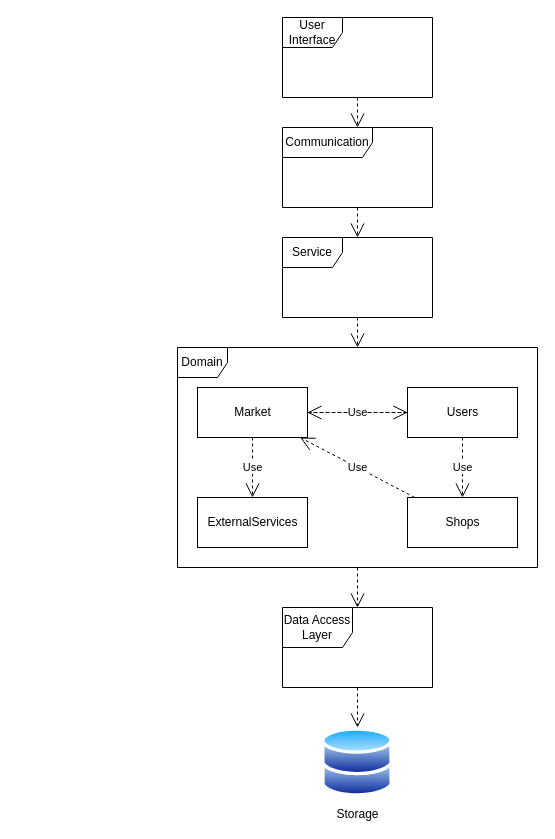
Before: page "architectureModel" (2 of 3) of docs/workshop.drawio in ShayHav/Workshop, a draw.io diagram. Source tidied: cells renumbered, new cells numbered last; positions are measured from the earlier drawing's top-left corner, leaving out a move shared by most shapes. Both pictures are drawn from the tidied source at 100%, with x=0, y=0 at pixel (177, 17).
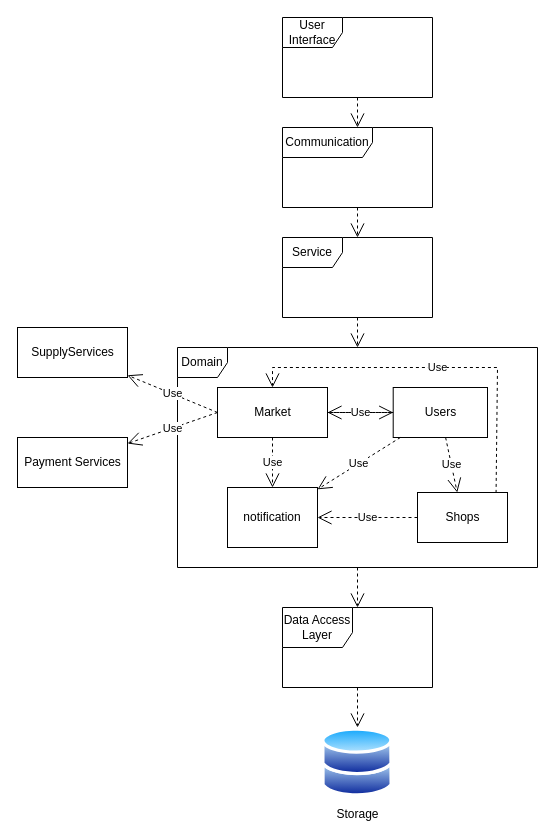
The same diagram, later.

Diff of the diagram source:
```diff
@@
     <mxCell id="3" value="Market" style="html=1;" parent="1" vertex="1">
-      <mxGeometry x="20" y="370" width="110" height="50" as="geometry" />
+      <mxGeometry x="40" y="370" width="110" height="50" as="geometry" />
     </mxCell>
-    <mxCell id="4" value="ExternalServices" style="html=1;" parent="1" vertex="1">
-      <mxGeometry x="20" y="480" width="110" height="50" as="geometry" />
+    <mxCell id="4" value="&lt;span&gt;Supply&lt;/span&gt;Services" style="html=1;" parent="1" vertex="1">
+      <mxGeometry x="-160" y="310" width="110" height="50" as="geometry" />
     </mxCell>
     <mxCell id="5" value="Users" style="html=1;" parent="1" vertex="1">
-      <mxGeometry x="230" y="370" width="110" height="50" as="geometry" />
+      <mxGeometry x="215.7" y="370" width="94.3" height="50" as="geometry" />
     </mxCell>
     <mxCell id="6" value="Shops" style="html=1;" parent="1" vertex="1">
-      <mxGeometry x="230" y="480" width="110" height="50" as="geometry" />
+      <mxGeometry x="240" y="475" width="90" height="50" as="geometry" />
     </mxCell>
-    <mxCell id="7" value="Use" style="endArrow=open;endSize=12;dashed=1;html=1;rounded=0;" parent="1" edge="1" source="3" target="4">
+    <mxCell id="7" value="Use" style="endArrow=open;endSize=12;dashed=1;html=1;rounded=0;exitX=0;exitY=0.5;exitDx=0;exitDy=0;" parent="1" edge="1" source="3" target="4">
       <mxGeometry relative="1" as="geometry" />
     </mxCell>
@@
-    <mxCell id="10" value="Use" style="endArrow=open;endSize=12;dashed=1;html=1;rounded=0;startArrow=none;startFill=0;" parent="1" edge="1" source="6" target="3">
-      <mxGeometry relative="1" as="geometry" />
+    <mxCell id="10" value="Use" style="endArrow=open;endSize=12;dashed=1;html=1;rounded=0;startArrow=none;startFill=0;exitX=0.873;exitY=0.008;exitDx=0;exitDy=0;exitPerimeter=0;entryX=0.5;entryY=0;entryDx=0;entryDy=0;" parent="1" edge="1" source="6" target="3">
+      <mxGeometry relative="1" as="geometry">
+        <Array as="points">
+          <mxPoint x="320" y="350" />
+          <mxPoint x="95" y="350" />
+        </Array>
+      </mxGeometry>
     </mxCell>
@@
+    <mxCell id="22" value="Payment Services" style="html=1;" parent="1" vertex="1">
+      <mxGeometry x="-160" y="420" width="110" height="50" as="geometry" />
+    </mxCell>
+    <mxCell id="23" value="Use" style="endArrow=open;endSize=12;dashed=1;html=1;rounded=0;exitX=0;exitY=0.5;exitDx=0;exitDy=0;" parent="1" edge="1" source="3" target="22">
+      <mxGeometry relative="1" as="geometry" />
+    </mxCell>
+    <mxCell id="24" value="notification" style="rounded=0;whiteSpace=wrap;html=1;" parent="1" vertex="1">
+      <mxGeometry x="50" y="470" width="90" height="60" as="geometry" />
+    </mxCell>
+    <mxCell id="25" value="Use" style="endArrow=open;endSize=12;dashed=1;html=1;rounded=0;startArrow=none;startFill=0;entryX=0.5;entryY=0;entryDx=0;entryDy=0;" parent="1" edge="1" source="3" target="24">
+      <mxGeometry relative="1" as="geometry" />
+    </mxCell>
+    <mxCell id="26" value="Use" style="endArrow=open;endSize=12;dashed=1;html=1;rounded=0;startArrow=none;startFill=0;" parent="1" edge="1" source="6" target="24">
+      <mxGeometry relative="1" as="geometry" />
+    </mxCell>
+    <mxCell id="27" value="Use" style="endArrow=open;endSize=12;dashed=1;html=1;rounded=0;startArrow=none;startFill=0;" parent="1" edge="1" source="5" target="24">
+      <mxGeometry relative="1" as="geometry" />
+    </mxCell>
```
